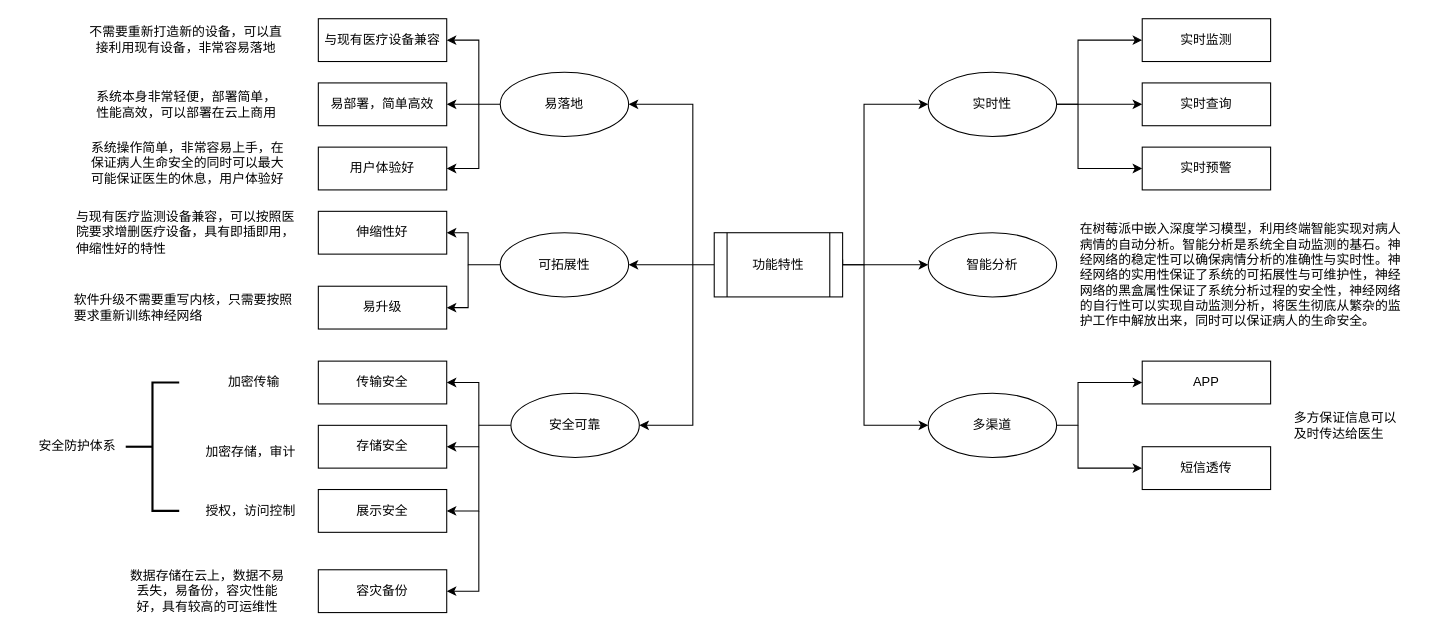
cauchy-max/my-room keeps this draw.io diagram as function.drawio. Above is the earlier version. Source tidied: cells renumbered, new cells numbered last; positions are measured from the earlier drawing's top-left corner, leaving out a move shared by most shapes. Both pictures are drawn from the tidied source at 107%, with x=0, y=0 at pixel (29, 18).
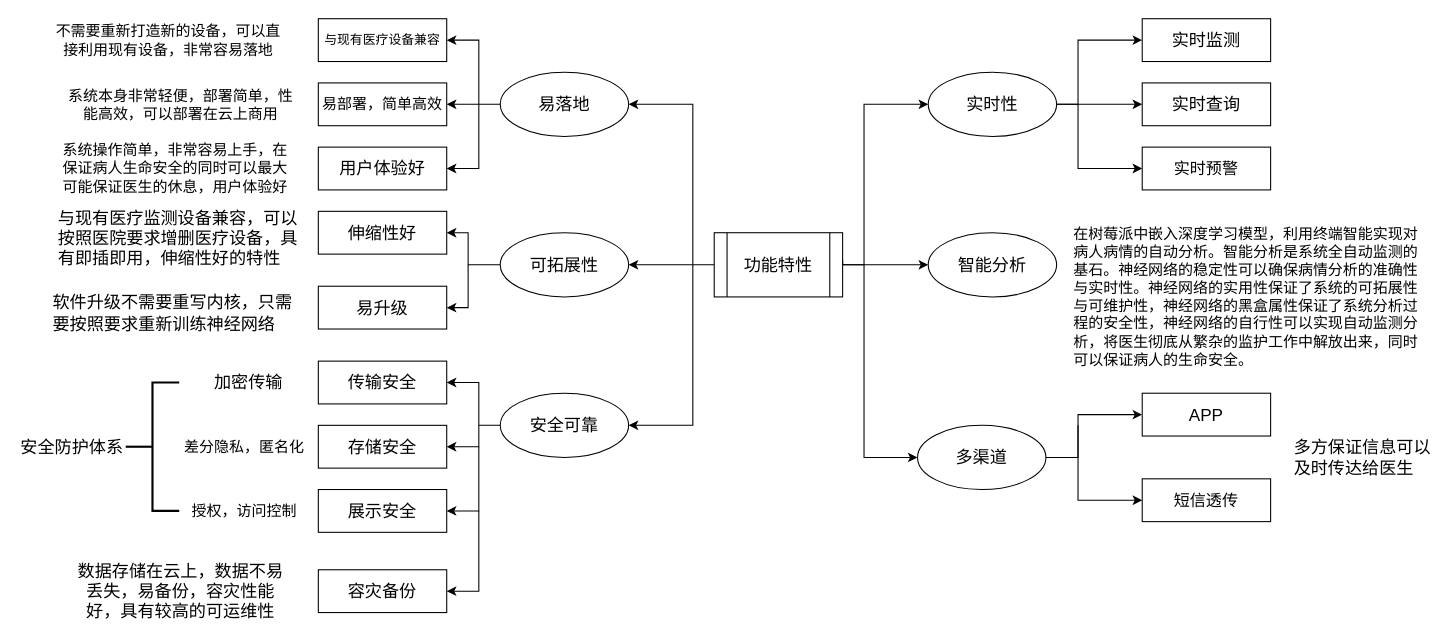
After the change.

What changed in the source:
```diff
@@
-    <mxCell id="5" value="实时性" style="ellipse;whiteSpace=wrap;html=1;" parent="1" vertex="1">
+    <mxCell id="5" value="&lt;font style=&quot;font-size: 16px;&quot;&gt;实时性&lt;/font&gt;" style="ellipse;whiteSpace=wrap;html=1;" parent="1" vertex="1">
       <mxGeometry x="840" y="50" width="120" height="60" as="geometry" />
     </mxCell>
@@
-    <mxCell id="8" value="功能特性" style="shape=process;whiteSpace=wrap;html=1;backgroundOutline=1;" parent="1" vertex="1">
+    <mxCell id="8" value="&lt;font style=&quot;font-size: 16px;&quot;&gt;功能特性&lt;/font&gt;" style="shape=process;whiteSpace=wrap;html=1;backgroundOutline=1;" parent="1" vertex="1">
       <mxGeometry x="640" y="200" width="120" height="60" as="geometry" />
     </mxCell>
-    <mxCell id="9" value="实时监测" style="rounded=0;whiteSpace=wrap;html=1;" parent="1" vertex="1">
+    <mxCell id="9" value="&lt;font style=&quot;font-size: 16px;&quot;&gt;实时监测&lt;/font&gt;" style="rounded=0;whiteSpace=wrap;html=1;" parent="1" vertex="1">
       <mxGeometry x="1040" width="120" height="40" as="geometry" />
     </mxCell>
-    <mxCell id="10" value="实时查询" style="rounded=0;whiteSpace=wrap;html=1;" parent="1" vertex="1">
+    <mxCell id="10" value="&lt;font style=&quot;font-size: 16px;&quot;&gt;实时查询&lt;/font&gt;" style="rounded=0;whiteSpace=wrap;html=1;" parent="1" vertex="1">
       <mxGeometry x="1040" y="60" width="120" height="40" as="geometry" />
     </mxCell>
-    <mxCell id="11" value="实时预警" style="rounded=0;whiteSpace=wrap;html=1;" parent="1" vertex="1">
+    <mxCell id="11" value="&lt;font style=&quot;font-size: 15px;&quot;&gt;实时预警&lt;/font&gt;" style="rounded=0;whiteSpace=wrap;html=1;" parent="1" vertex="1">
       <mxGeometry x="1040" y="120" width="120" height="40" as="geometry" />
     </mxCell>
@@
-    <mxCell id="13" value="智能分析" style="ellipse;whiteSpace=wrap;html=1;" parent="1" vertex="1">
+    <mxCell id="13" value="&lt;font style=&quot;font-size: 16px;&quot;&gt;智能分析&lt;/font&gt;" style="ellipse;whiteSpace=wrap;html=1;" parent="1" vertex="1">
       <mxGeometry x="840" y="200" width="120" height="60" as="geometry" />
     </mxCell>
-    <mxCell id="14" value="在树莓派中嵌入深度学习模型，利用终端智能实现对病人病情的自动分析。智能分析是系统全自动监测的基石。神经网络的稳定性可以确保病情分析的准确性与实时性。神经网络的实用性保证了系统的可拓展性与可维护性，神经网络的黑盒属性保证了系统分析过程的安全性，神经网络的自行性可以实现自动监测分析，将医生彻底从繁杂的监护工作中解放出来，同时可以保证病人的生命安全。" style="text;html=1;strokeColor=none;fillColor=none;align=left;verticalAlign=middle;whiteSpace=wrap;rounded=0;" parent="1" vertex="1">
-      <mxGeometry x="980" y="180" width="310" height="120" as="geometry" />
+    <mxCell id="14" value="&lt;font style=&quot;font-size: 14px;&quot;&gt;在树莓派中嵌入深度学习模型，利用终端智能实现对病人病情的自动分析。智能分析是系统全自动监测的基石。神经网络的稳定性可以确保病情分析的准确性与实时性。神经网络的实用性保证了系统的可拓展性与可维护性，神经网络的黑盒属性保证了系统分析过程的安全性，神经网络的自行性可以实现自动监测分析，将医生彻底从繁杂的监护工作中解放出来，同时可以保证病人的生命安全。&lt;/font&gt;" style="text;html=1;strokeColor=none;fillColor=none;align=left;verticalAlign=middle;whiteSpace=wrap;rounded=0;" parent="1" vertex="1">
+      <mxGeometry x="974" y="200" width="330" height="120" as="geometry" />
     </mxCell>
-    <mxCell id="15" value="多渠道" style="ellipse;whiteSpace=wrap;html=1;" parent="1" vertex="1">
-      <mxGeometry x="840" y="350" width="120" height="60" as="geometry" />
+    <mxCell id="15" value="&lt;font style=&quot;font-size: 16px;&quot;&gt;多渠道&lt;/font&gt;" style="ellipse;whiteSpace=wrap;html=1;" parent="1" vertex="1">
+      <mxGeometry x="830" y="380" width="120" height="60" as="geometry" />
     </mxCell>
     <mxCell id="16" style="endArrow=classic;html=1;rounded=0;entryX=0;entryY=0.5;entryDx=0;entryDy=0;" parent="1" edge="1" target="15">
       <mxGeometry relative="1" as="geometry">
         <mxPoint x="780" y="230" as="sourcePoint" />
         <Array as="points">
-          <mxPoint x="780" y="380" />
+          <mxPoint x="780" y="410" />
         </Array>
       </mxGeometry>
     </mxCell>
-    <mxCell id="17" value="APP" style="rounded=0;whiteSpace=wrap;html=1;" parent="1" vertex="1">
-      <mxGeometry x="1040" y="320" width="120" height="40" as="geometry" />
+    <mxCell id="17" value="&lt;font style=&quot;font-size: 16px;&quot;&gt;APP&lt;/font&gt;" style="rounded=0;whiteSpace=wrap;html=1;" parent="1" vertex="1">
+      <mxGeometry x="1040" y="350" width="120" height="40" as="geometry" />
     </mxCell>
     <mxCell id="18" style="endArrow=classic;html=1;rounded=0;exitX=1;exitY=0.5;exitDx=0;exitDy=0;entryX=0;entryY=0.5;entryDx=0;entryDy=0;" parent="1" edge="1" source="15" target="17">
       <mxGeometry relative="1" as="geometry">
         <Array as="points">
-          <mxPoint x="980" y="380" />
-          <mxPoint x="980" y="340" />
+          <mxPoint x="980" y="410" />
+          <mxPoint x="980" y="370" />
         </Array>
       </mxGeometry>
     </mxCell>
-    <mxCell id="19" value="短信透传" style="rounded=0;whiteSpace=wrap;html=1;" parent="1" vertex="1">
-      <mxGeometry x="1040" y="400" width="120" height="40" as="geometry" />
+    <mxCell id="19" value="&lt;font style=&quot;font-size: 15px;&quot;&gt;短信透传&lt;/font&gt;" style="rounded=0;whiteSpace=wrap;html=1;" parent="1" vertex="1">
+      <mxGeometry x="1040" y="430" width="120" height="40" as="geometry" />
     </mxCell>
     <mxCell id="20" style="endArrow=classic;html=1;rounded=0;entryX=0;entryY=0.5;entryDx=0;entryDy=0;" parent="1" edge="1" target="19">
       <mxGeometry relative="1" as="geometry">
         <mxPoint x="980" y="380" as="sourcePoint" />
         <Array as="points">
-          <mxPoint x="980" y="420" />
+          <mxPoint x="980" y="450" />
+          <mxPoint x="1010" y="450" />
         </Array>
       </mxGeometry>
     </mxCell>
-    <mxCell id="21" value="多方保证信息可以及时传达给医生" style="text;html=1;strokeColor=none;fillColor=none;align=left;verticalAlign=middle;whiteSpace=wrap;rounded=0;" parent="1" vertex="1">
-      <mxGeometry x="1180" y="365" width="100" height="30" as="geometry" />
+    <mxCell id="21" value="&lt;font style=&quot;font-size: 16px;&quot;&gt;多方保证信息可以及时传达给医生&lt;/font&gt;" style="text;html=1;strokeColor=none;fillColor=none;align=left;verticalAlign=middle;whiteSpace=wrap;rounded=0;" parent="1" vertex="1">
+      <mxGeometry x="1180" y="395" width="130" height="30" as="geometry" />
     </mxCell>
@@
-    <mxCell id="23" value="可拓展性" style="ellipse;whiteSpace=wrap;html=1;" parent="1" vertex="1">
+    <mxCell id="23" value="&lt;font style=&quot;font-size: 16px;&quot;&gt;可拓展性&lt;/font&gt;" style="ellipse;whiteSpace=wrap;html=1;" parent="1" vertex="1">
       <mxGeometry x="440" y="200" width="120" height="60" as="geometry" />
     </mxCell>
-    <mxCell id="24" value="伸缩性好" style="rounded=0;whiteSpace=wrap;html=1;" parent="1" vertex="1">
+    <mxCell id="24" value="&lt;font style=&quot;font-size: 16px;&quot;&gt;伸缩性好&lt;/font&gt;" style="rounded=0;whiteSpace=wrap;html=1;" parent="1" vertex="1">
       <mxGeometry x="270" y="180" width="120" height="40" as="geometry" />
     </mxCell>
-    <mxCell id="25" value="与现有医疗监测设备兼容，可以按照医院要求增删医疗设备，具有即插即用，伸缩性好的特性" style="text;html=1;strokeColor=none;fillColor=none;align=left;verticalAlign=middle;whiteSpace=wrap;rounded=0;" parent="1" vertex="1">
-      <mxGeometry x="42" y="185" width="210" height="30" as="geometry" />
+    <mxCell id="25" value="&lt;font style=&quot;font-size: 16px;&quot;&gt;与现有医疗监测设备兼容，可以按照医院要求增删医疗设备，具有即插即用，伸缩性好的特性&lt;/font&gt;" style="text;html=1;strokeColor=none;fillColor=none;align=left;verticalAlign=middle;whiteSpace=wrap;rounded=0;" parent="1" vertex="1">
+      <mxGeometry x="25.2" y="190" width="232" height="30" as="geometry" />
     </mxCell>
-    <mxCell id="26" value="易升级" style="rounded=0;whiteSpace=wrap;html=1;" parent="1" vertex="1">
+    <mxCell id="26" value="&lt;font style=&quot;font-size: 16px;&quot;&gt;易升级&lt;/font&gt;" style="rounded=0;whiteSpace=wrap;html=1;" parent="1" vertex="1">
       <mxGeometry x="270" y="250" width="120" height="40" as="geometry" />
     </mxCell>
@@
-    <mxCell id="28" value="软件升级不需要重写内核，只需要按照要求重新训练神经网络" style="text;html=1;strokeColor=none;fillColor=none;align=left;verticalAlign=middle;whiteSpace=wrap;rounded=0;" parent="1" vertex="1">
-      <mxGeometry x="40" y="255" width="212" height="30" as="geometry" />
+    <mxCell id="28" value="&lt;font style=&quot;font-size: 16px;&quot;&gt;软件升级不需要重写内核，只需要按照要求重新训练神经网络&lt;/font&gt;" style="text;html=1;strokeColor=none;fillColor=none;align=left;verticalAlign=middle;whiteSpace=wrap;rounded=0;" parent="1" vertex="1">
+      <mxGeometry x="20" y="260" width="232" height="30" as="geometry" />
     </mxCell>
@@
-    <mxCell id="30" value="易落地" style="ellipse;whiteSpace=wrap;html=1;" parent="1" vertex="1">
+    <mxCell id="30" value="&lt;font style=&quot;font-size: 16px;&quot;&gt;易落地&lt;/font&gt;" style="ellipse;whiteSpace=wrap;html=1;" parent="1" vertex="1">
       <mxGeometry x="440" y="50" width="120" height="60" as="geometry" />
     </mxCell>
@@
-    <mxCell id="32" value="易部署，简单高效" style="whiteSpace=wrap;html=1;" parent="1" vertex="1">
+    <mxCell id="32" value="&lt;font style=&quot;font-size: 14px;&quot;&gt;易部署，简单高效&lt;/font&gt;" style="whiteSpace=wrap;html=1;" parent="1" vertex="1">
       <mxGeometry x="270" y="60" width="120" height="40" as="geometry" />
     </mxCell>
-    <mxCell id="33" value="系统本身非常轻便，部署简单，性能高效，可以部署在云上商用" style="text;html=1;strokeColor=none;fillColor=none;align=center;verticalAlign=middle;whiteSpace=wrap;rounded=0;" parent="1" vertex="1">
-      <mxGeometry x="61" y="65" width="172" height="30" as="geometry" />
+    <mxCell id="33" value="&lt;font style=&quot;font-size: 14px;&quot;&gt;系统本身非常轻便，部署简单，性能高效，可以部署在云上商用&lt;/font&gt;" style="text;html=1;strokeColor=none;fillColor=none;align=center;verticalAlign=middle;whiteSpace=wrap;rounded=0;" parent="1" vertex="1">
+      <mxGeometry x="34.8" y="65" width="213" height="30" as="geometry" />
     </mxCell>
@@
-    <mxCell id="36" value="不需要重新打造新的设备，可以直接利用现有设备，非常容易落地" style="text;html=1;strokeColor=none;fillColor=none;align=center;verticalAlign=middle;whiteSpace=wrap;rounded=0;" parent="1" vertex="1">
-      <mxGeometry x="52.5" y="5" width="187" height="30" as="geometry" />
+    <mxCell id="36" value="&lt;font style=&quot;font-size: 14px;&quot;&gt;不需要重新打造新的设备，可以直接利用现有设备，非常容易落地&lt;/font&gt;" style="text;html=1;strokeColor=none;fillColor=none;align=center;verticalAlign=middle;whiteSpace=wrap;rounded=0;" parent="1" vertex="1">
+      <mxGeometry x="20" y="5" width="219.5" height="30" as="geometry" />
     </mxCell>
-    <mxCell id="37" value="用户体验好" style="rounded=0;whiteSpace=wrap;html=1;" parent="1" vertex="1">
+    <mxCell id="37" value="&lt;font style=&quot;font-size: 16px;&quot;&gt;用户体验好&lt;/font&gt;" style="rounded=0;whiteSpace=wrap;html=1;" parent="1" vertex="1">
       <mxGeometry x="270" y="120" width="120" height="40" as="geometry" />
     </mxCell>
@@
-    <mxCell id="39" value="系统操作简单，非常容易上手，在保证病人生命安全的同时可以最大可能保证医生的休息，用户体验好" style="text;html=1;strokeColor=none;fillColor=none;align=center;verticalAlign=middle;whiteSpace=wrap;rounded=0;" parent="1" vertex="1">
-      <mxGeometry x="52.5" y="120" width="190" height="30" as="geometry" />
+    <mxCell id="39" value="&lt;font style=&quot;font-size: 14px;&quot;&gt;系统操作简单，非常容易上手，在保证病人生命安全的同时可以最大可能保证医生的休息，用户体验好&lt;/font&gt;" style="text;html=1;strokeColor=none;fillColor=none;align=center;verticalAlign=middle;whiteSpace=wrap;rounded=0;" parent="1" vertex="1">
+      <mxGeometry x="30" y="125" width="212.5" height="30" as="geometry" />
     </mxCell>
     <mxCell id="40" style="edgeStyle=orthogonalEdgeStyle;rounded=0;jettySize=auto;html=1;" parent="1" edge="1" source="41" target="43">
-      <mxGeometry relative="1" as="geometry" />
+      <mxGeometry relative="1" as="geometry">
+        <Array as="points">
+          <mxPoint x="420" y="380" />
+          <mxPoint x="420" y="340" />
+        </Array>
+      </mxGeometry>
     </mxCell>
-    <mxCell id="41" value="安全可靠" style="ellipse;whiteSpace=wrap;html=1;" parent="1" vertex="1">
-      <mxGeometry x="450" y="350" width="120" height="60" as="geometry" />
+    <mxCell id="41" value="&lt;font style=&quot;font-size: 16px;&quot;&gt;安全可靠&lt;/font&gt;" style="ellipse;whiteSpace=wrap;html=1;" parent="1" vertex="1">
+      <mxGeometry x="440" y="350" width="120" height="60" as="geometry" />
     </mxCell>
@@
-    <mxCell id="43" value="传输安全" style="whiteSpace=wrap;html=1;" parent="1" vertex="1">
+    <mxCell id="43" value="&lt;font style=&quot;font-size: 16px;&quot;&gt;传输安全&lt;/font&gt;" style="whiteSpace=wrap;html=1;" parent="1" vertex="1">
       <mxGeometry x="270" y="320" width="120" height="40" as="geometry" />
     </mxCell>
-    <mxCell id="44" value="存储安全" style="rounded=0;whiteSpace=wrap;html=1;" parent="1" vertex="1">
+    <mxCell id="44" value="&lt;font style=&quot;font-size: 16px;&quot;&gt;存储安全&lt;/font&gt;" style="rounded=0;whiteSpace=wrap;html=1;" parent="1" vertex="1">
       <mxGeometry x="270" y="380" width="120" height="40" as="geometry" />
     </mxCell>
@@
-    <mxCell id="46" value="安全防护体系" style="text;html=1;strokeColor=none;fillColor=none;align=center;verticalAlign=middle;whiteSpace=wrap;rounded=0;" parent="1" vertex="1">
-      <mxGeometry y="385" width="90" height="30" as="geometry" />
+    <mxCell id="46" value="&lt;font style=&quot;font-size: 16px;&quot;&gt;安全防护体系&lt;/font&gt;" style="text;html=1;strokeColor=none;fillColor=none;align=center;verticalAlign=middle;whiteSpace=wrap;rounded=0;" parent="1" vertex="1">
+      <mxGeometry x="-10" y="385" width="100" height="30" as="geometry" />
     </mxCell>
-    <mxCell id="47" value="容灾备份" style="rounded=0;whiteSpace=wrap;html=1;" parent="1" vertex="1">
+    <mxCell id="47" value="&lt;font style=&quot;font-size: 16px;&quot;&gt;容灾备份&lt;/font&gt;" style="rounded=0;whiteSpace=wrap;html=1;" parent="1" vertex="1">
       <mxGeometry x="270" y="515" width="120" height="40" as="geometry" />
     </mxCell>
-    <mxCell id="48" value="数据存储在云上，数据不易丢失，易备份，容灾性能好，具有较高的可运维性" style="text;html=1;strokeColor=none;fillColor=none;align=center;verticalAlign=middle;whiteSpace=wrap;rounded=0;" parent="1" vertex="1">
-      <mxGeometry x="90" y="520" width="152.5" height="30" as="geometry" />
+    <mxCell id="48" value="&lt;font style=&quot;font-size: 16px;&quot;&gt;数据存储在云上，数据不易丢失，易备份，容灾性能好，具有较高的可运维性&lt;/font&gt;" style="text;html=1;strokeColor=none;fillColor=none;align=center;verticalAlign=middle;whiteSpace=wrap;rounded=0;" parent="1" vertex="1">
+      <mxGeometry x="40" y="520" width="202.5" height="30" as="geometry" />
     </mxCell>
-    <mxCell id="49" value="展示安全" style="rounded=0;whiteSpace=wrap;html=1;" parent="1" vertex="1">
+    <mxCell id="49" value="&lt;font style=&quot;font-size: 16px;&quot;&gt;展示安全&lt;/font&gt;" style="rounded=0;whiteSpace=wrap;html=1;" parent="1" vertex="1">
       <mxGeometry x="270" y="440" width="120" height="40" as="geometry" />
     </mxCell>
@@
-    <mxCell id="51" value="加密传输" style="text;html=1;strokeColor=none;fillColor=none;align=center;verticalAlign=middle;whiteSpace=wrap;rounded=0;" parent="1" vertex="1">
-      <mxGeometry x="180" y="325" width="60" height="30" as="geometry" />
+    <mxCell id="51" value="&lt;font style=&quot;font-size: 16px;&quot;&gt;加密传输&lt;/font&gt;" style="text;html=1;strokeColor=none;fillColor=none;align=center;verticalAlign=middle;whiteSpace=wrap;rounded=0;" parent="1" vertex="1">
+      <mxGeometry x="170" y="325" width="70" height="30" as="geometry" />
     </mxCell>
-    <mxCell id="52" value="加密存储，审计" style="text;html=1;strokeColor=none;fillColor=none;align=center;verticalAlign=middle;whiteSpace=wrap;rounded=0;" parent="1" vertex="1">
-      <mxGeometry x="162" y="390" width="90" height="30" as="geometry" />
+    <mxCell id="52" value="&lt;font style=&quot;font-size: 14px;&quot;&gt;差分隐私，匿名化&lt;/font&gt;" style="text;html=1;strokeColor=none;fillColor=none;align=center;verticalAlign=middle;whiteSpace=wrap;rounded=0;" parent="1" vertex="1">
+      <mxGeometry x="140" y="380" width="122" height="40" as="geometry" />
     </mxCell>
-    <mxCell id="53" value="授权，访问控制" style="text;html=1;strokeColor=none;fillColor=none;align=center;verticalAlign=middle;whiteSpace=wrap;rounded=0;" parent="1" vertex="1">
-      <mxGeometry x="162" y="445" width="90" height="30" as="geometry" />
+    <mxCell id="53" value="&lt;font style=&quot;font-size: 14px;&quot;&gt;授权，访问控制&lt;/font&gt;" style="text;html=1;strokeColor=none;fillColor=none;align=center;verticalAlign=middle;whiteSpace=wrap;rounded=0;" parent="1" vertex="1">
+      <mxGeometry x="150" y="445" width="102" height="30" as="geometry" />
     </mxCell>
```
